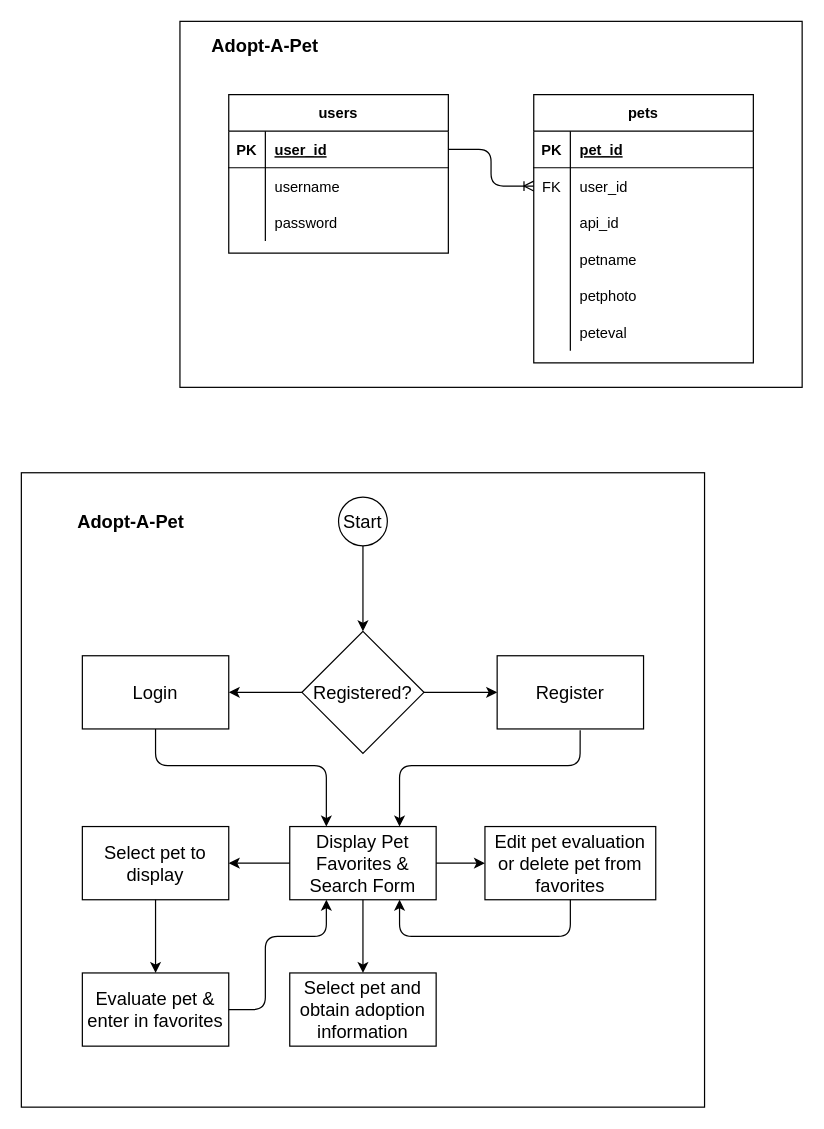
The draw.io diagram Capstone Documents/adopt-a-pet.drawio in ursawd/adopt-a-pet, before the edit. Source tidied: cells renumbered, new cells numbered last; positions are measured from the earlier drawing's top-left corner, leaving out a move shared by most shapes. Both pictures are drawn from the tidied source at 122%, with x=0, y=0 at pixel (21, 21).
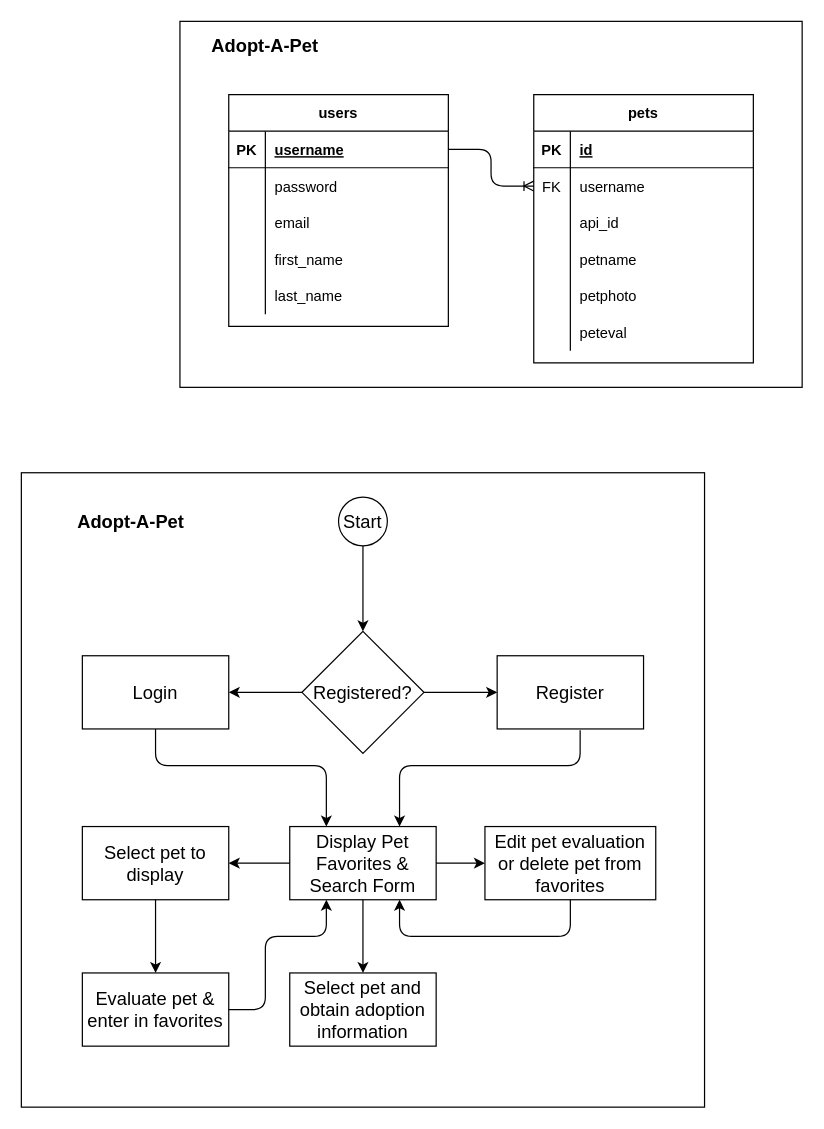
Above is the later version.

Unchanged cells that the change refers to:
```xml
<mxCell id="4" style="shape=partialRectangle;fillColor=none;top=0;left=0;bottom=1;right=0;points=[[0,0.5],[1,0.5]];portConstraint=eastwest;" parent="3" vertex="1">
  <mxGeometry y="30" width="180" height="30" as="geometry" />
</mxCell>
<mxCell id="14" style="shape=partialRectangle;fillColor=none;top=0;left=0;bottom=1;right=0;" parent="13" vertex="1">
  <mxGeometry y="30" width="180" height="30" as="geometry" />
</mxCell>
<mxCell id="17" style="shape=partialRectangle;fillColor=none;top=0;left=0;bottom=0;right=0;points=[[0,0.5],[1,0.5]];portConstraint=eastwest;" parent="13" vertex="1">
  <mxGeometry y="60" width="180" height="30" as="geometry" />
</mxCell>
```

Diff of the diagram source:
```diff
@@
     <mxCell id="3" value="users" style="shape=table;startSize=30;childLayout=tableLayout;rowLines=0;fontStyle=1;align=center;" parent="1" vertex="1">
-      <mxGeometry x="170" y="60" width="180" height="130" as="geometry" />
+      <mxGeometry x="170" y="60" width="180" height="190" as="geometry" />
     </mxCell>
@@
-    <mxCell id="6" value="user_id" style="shape=partialRectangle;fillColor=none;top=0;left=0;bottom=0;right=0;align=left;spacingLeft=6;fontStyle=5;overflow=hidden;" parent="4" vertex="1">
+    <mxCell id="6" value="username" style="shape=partialRectangle;fillColor=none;top=0;left=0;bottom=0;right=0;align=left;spacingLeft=6;fontStyle=5;overflow=hidden;" parent="4" vertex="1">
       <mxGeometry x="30" width="150" height="30" as="geometry" />
     </mxCell>
-    <mxCell id="7" style="shape=partialRectangle;fillColor=none;top=0;left=0;bottom=0;right=0;" parent="3" vertex="1">
-      <mxGeometry y="60" width="180" height="30" as="geometry" />
-    </mxCell>
-    <mxCell id="8" style="shape=partialRectangle;fillColor=none;top=0;left=0;bottom=0;right=0;overflow=hidden;" parent="7" vertex="1">
-      <mxGeometry width="30" height="30" as="geometry" />
-    </mxCell>
-    <mxCell id="9" value="username" style="shape=partialRectangle;fillColor=none;top=0;left=0;bottom=0;right=0;align=left;spacingLeft=6;overflow=hidden;" parent="7" vertex="1">
-      <mxGeometry x="30" width="150" height="30" as="geometry" />
-    </mxCell>
     <mxCell id="10" style="shape=partialRectangle;fillColor=none;top=0;left=0;bottom=0;right=0;" parent="3" vertex="1">
-      <mxGeometry y="90" width="180" height="30" as="geometry" />
+      <mxGeometry y="60" width="180" height="30" as="geometry" />
     </mxCell>
@@
+    <mxCell id="56" style="shape=partialRectangle;fillColor=none;top=0;left=0;bottom=0;right=0;" parent="3" vertex="1">
+      <mxGeometry y="90" width="180" height="30" as="geometry" />
+    </mxCell>
+    <mxCell id="57" style="shape=partialRectangle;fillColor=none;top=0;left=0;bottom=0;right=0;overflow=hidden;" parent="56" vertex="1">
+      <mxGeometry width="30" height="30" as="geometry" />
+    </mxCell>
+    <mxCell id="58" value="email" style="shape=partialRectangle;fillColor=none;top=0;left=0;bottom=0;right=0;align=left;spacingLeft=6;overflow=hidden;" parent="56" vertex="1">
+      <mxGeometry x="30" width="150" height="30" as="geometry" />
+    </mxCell>
+    <mxCell id="59" style="shape=partialRectangle;fillColor=none;top=0;left=0;bottom=0;right=0;" parent="3" vertex="1">
+      <mxGeometry y="120" width="180" height="30" as="geometry" />
+    </mxCell>
+    <mxCell id="60" style="shape=partialRectangle;fillColor=none;top=0;left=0;bottom=0;right=0;overflow=hidden;" parent="59" vertex="1">
+      <mxGeometry width="30" height="30" as="geometry" />
+    </mxCell>
+    <mxCell id="61" value="first_name" style="shape=partialRectangle;fillColor=none;top=0;left=0;bottom=0;right=0;align=left;spacingLeft=6;overflow=hidden;" parent="59" vertex="1">
+      <mxGeometry x="30" width="150" height="30" as="geometry" />
+    </mxCell>
+    <mxCell id="62" style="shape=partialRectangle;fillColor=none;top=0;left=0;bottom=0;right=0;" parent="3" vertex="1">
+      <mxGeometry y="150" width="180" height="30" as="geometry" />
+    </mxCell>
+    <mxCell id="63" style="shape=partialRectangle;fillColor=none;top=0;left=0;bottom=0;right=0;overflow=hidden;" parent="62" vertex="1">
+      <mxGeometry width="30" height="30" as="geometry" />
+    </mxCell>
+    <mxCell id="64" value="last_name" style="shape=partialRectangle;fillColor=none;top=0;left=0;bottom=0;right=0;align=left;spacingLeft=6;overflow=hidden;" parent="62" vertex="1">
+      <mxGeometry x="30" width="150" height="30" as="geometry" />
+    </mxCell>
@@
-    <mxCell id="16" value="pet_id" style="shape=partialRectangle;fillColor=none;top=0;left=0;bottom=0;right=0;align=left;spacingLeft=6;fontStyle=5;overflow=hidden;" parent="14" vertex="1">
+    <mxCell id="16" value="id" style="shape=partialRectangle;fillColor=none;top=0;left=0;bottom=0;right=0;align=left;spacingLeft=6;fontStyle=5;overflow=hidden;" parent="14" vertex="1">
       <mxGeometry x="30" width="150" height="30" as="geometry" />
     </mxCell>
@@
-    <mxCell id="19" value="user_id" style="shape=partialRectangle;fillColor=none;top=0;left=0;bottom=0;right=0;align=left;spacingLeft=6;overflow=hidden;" parent="17" vertex="1">
+    <mxCell id="19" value="username" style="shape=partialRectangle;fillColor=none;top=0;left=0;bottom=0;right=0;align=left;spacingLeft=6;overflow=hidden;" parent="17" vertex="1">
       <mxGeometry x="30" width="150" height="30" as="geometry" />
     </mxCell>
```
